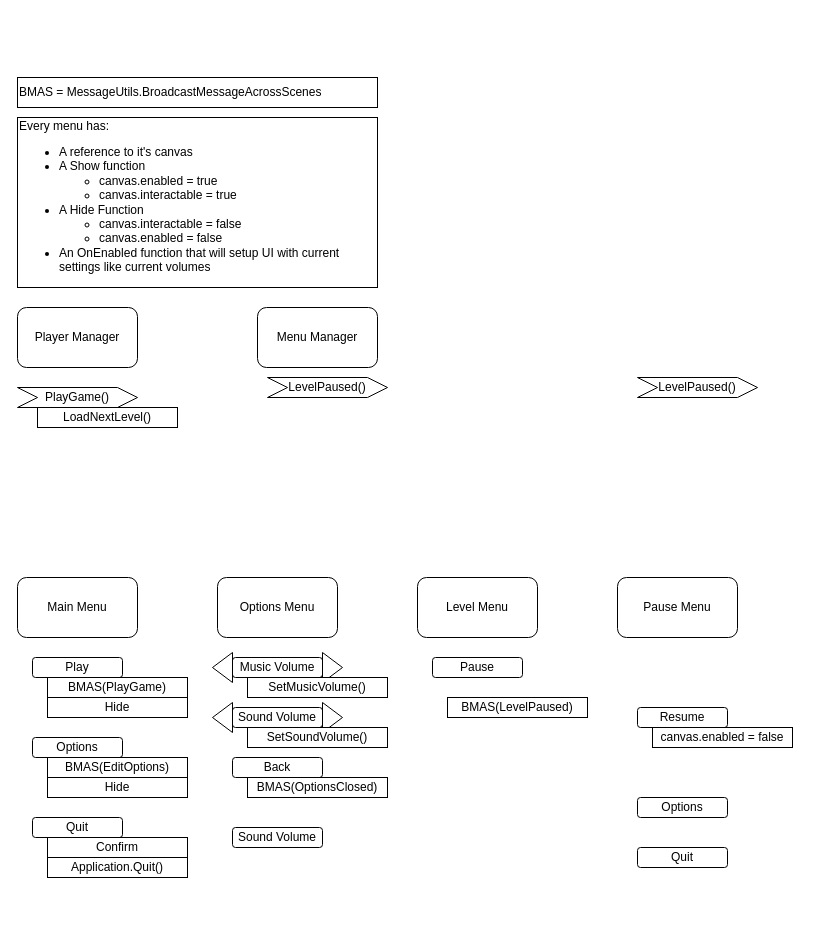
Before: Menus.drawio in froggycodes5000/designs, a draw.io diagram. Source tidied: cells renumbered, new cells numbered last; positions are measured from the earlier drawing's top-left corner, leaving out a move shared by most shapes. Both pictures are drawn from the tidied source at 100%, with x=0, y=0 at pixel (17, 77).
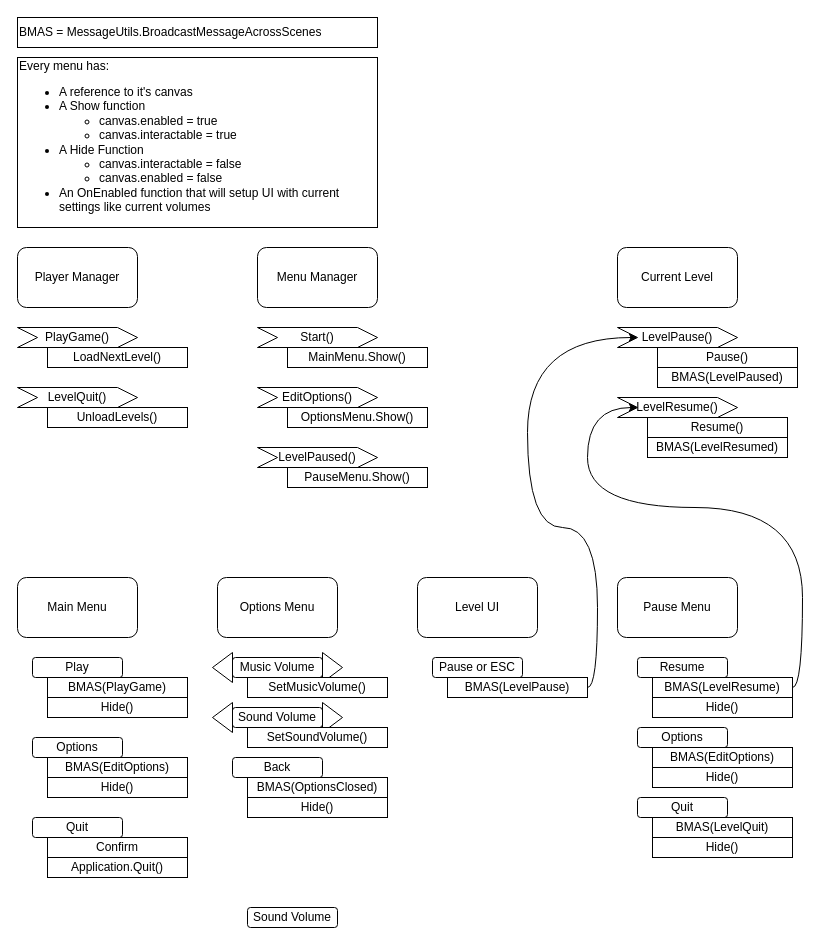
The same page after the edit.

The edit, as a diff of the source:
```diff
@@
     <mxCell id="2" value="Player Manager" style="rounded=1;whiteSpace=wrap;html=1;" parent="1" vertex="1">
-      <mxGeometry y="230" width="120" height="60" as="geometry" />
+      <mxGeometry y="170" width="120" height="60" as="geometry" />
     </mxCell>
@@
-    <mxCell id="6" value="Level Menu" style="rounded=1;whiteSpace=wrap;html=1;" parent="1" vertex="1">
+    <mxCell id="6" value="Level UI" style="rounded=1;whiteSpace=wrap;html=1;" parent="1" vertex="1">
       <mxGeometry x="400" y="500" width="120" height="60" as="geometry" />
     </mxCell>
@@
     <mxCell id="11" value="Sound Volume" style="rounded=1;whiteSpace=wrap;html=1;" parent="1" vertex="1">
-      <mxGeometry x="215" y="750" width="90" height="20" as="geometry" />
+      <mxGeometry x="230" y="830" width="90" height="20" as="geometry" />
     </mxCell>
@@
-    <mxCell id="13" value="Pause" style="rounded=1;whiteSpace=wrap;html=1;" parent="1" vertex="1">
+    <mxCell id="13" value="Pause or ESC" style="rounded=1;whiteSpace=wrap;html=1;" parent="1" vertex="1">
       <mxGeometry x="415" y="580" width="90" height="20" as="geometry" />
     </mxCell>
     <mxCell id="14" value="Resume" style="rounded=1;whiteSpace=wrap;html=1;" parent="1" vertex="1">
-      <mxGeometry x="620" y="630" width="90" height="20" as="geometry" />
+      <mxGeometry x="620" y="580" width="90" height="20" as="geometry" />
     </mxCell>
     <mxCell id="15" value="Options" style="rounded=1;whiteSpace=wrap;html=1;" parent="1" vertex="1">
-      <mxGeometry x="620" y="720" width="90" height="20" as="geometry" />
+      <mxGeometry x="620" y="650" width="90" height="20" as="geometry" />
     </mxCell>
     <mxCell id="16" value="Quit" style="rounded=1;whiteSpace=wrap;html=1;" parent="1" vertex="1">
-      <mxGeometry x="620" y="770" width="90" height="20" as="geometry" />
+      <mxGeometry x="620" y="720" width="90" height="20" as="geometry" />
     </mxCell>
@@
-    <mxCell id="18" value="canvas.enabled = false" style="rounded=0;whiteSpace=wrap;html=1;" parent="1" vertex="1">
-      <mxGeometry x="635" y="650" width="140" height="20" as="geometry" />
-    </mxCell>
-    <mxCell id="19" value="BMAS(LevelPaused)" style="rounded=0;whiteSpace=wrap;html=1;" parent="1" vertex="1">
-      <mxGeometry x="430" y="620" width="140" height="20" as="geometry" />
+    <mxCell id="19" value="BMAS(LevelPause)" style="rounded=0;whiteSpace=wrap;html=1;" parent="1" vertex="1">
+      <mxGeometry x="430" y="600" width="140" height="20" as="geometry" />
     </mxCell>
     <mxCell id="20" value="BMAS = MessageUtils.BroadcastMessageAcrossScenes" style="rounded=0;whiteSpace=wrap;html=1;align=left;" parent="1" vertex="1">
-      <mxGeometry width="360" height="30" as="geometry" />
+      <mxGeometry y="-60" width="360" height="30" as="geometry" />
     </mxCell>
     <mxCell id="21" value="Every menu has:&lt;div&gt;&lt;ul&gt;&lt;li&gt;A reference to it's canvas&lt;/li&gt;&lt;li&gt;A Show function&lt;/li&gt;&lt;ul&gt;&lt;li&gt;canvas.enabled = true&lt;/li&gt;&lt;li&gt;canvas.interactable = true&lt;/li&gt;&lt;/ul&gt;&lt;li&gt;A Hide Function&lt;/li&gt;&lt;ul&gt;&lt;li&gt;canvas.interactable = false&lt;/li&gt;&lt;li&gt;canvas.enabled = false&lt;/li&gt;&lt;/ul&gt;&lt;li&gt;An OnEnabled function that will setup UI with current settings like current volumes&lt;/li&gt;&lt;/ul&gt;&lt;/div&gt;" style="rounded=0;whiteSpace=wrap;html=1;align=left;" parent="1" vertex="1">
-      <mxGeometry y="40" width="360" height="170" as="geometry" />
+      <mxGeometry y="-20" width="360" height="170" as="geometry" />
     </mxCell>
-    <mxCell id="22" value="LevelPaused()" style="shape=step;perimeter=stepPerimeter;whiteSpace=wrap;html=1;fixedSize=1;" parent="1" vertex="1">
-      <mxGeometry x="250" y="300" width="120" height="20" as="geometry" />
+    <mxCell id="22" value="Start()" style="shape=step;perimeter=stepPerimeter;whiteSpace=wrap;html=1;fixedSize=1;" parent="1" vertex="1">
+      <mxGeometry x="240" y="250" width="120" height="20" as="geometry" />
     </mxCell>
     <mxCell id="23" value="Menu Manager" style="rounded=1;whiteSpace=wrap;html=1;" parent="1" vertex="1">
-      <mxGeometry x="240" y="230" width="120" height="60" as="geometry" />
+      <mxGeometry x="240" y="170" width="120" height="60" as="geometry" />
     </mxCell>
-    <mxCell id="24" value="Hide" style="rounded=0;whiteSpace=wrap;html=1;strokeColor=default;align=center;verticalAlign=middle;fontFamily=Helvetica;fontSize=12;fontColor=default;fillColor=default;" parent="1" vertex="1">
+    <mxCell id="24" value="Hide()" style="rounded=0;whiteSpace=wrap;html=1;strokeColor=default;align=center;verticalAlign=middle;fontFamily=Helvetica;fontSize=12;fontColor=default;fillColor=default;" parent="1" vertex="1">
       <mxGeometry x="30" y="620" width="140" height="20" as="geometry" />
     </mxCell>
@@
-    <mxCell id="33" value="LevelPaused()" style="shape=step;perimeter=stepPerimeter;whiteSpace=wrap;html=1;fixedSize=1;" parent="1" vertex="1">
-      <mxGeometry x="620" y="300" width="120" height="20" as="geometry" />
+    <mxCell id="33" value="LevelPause()" style="shape=step;perimeter=stepPerimeter;whiteSpace=wrap;html=1;fixedSize=1;" parent="1" vertex="1">
+      <mxGeometry x="600" y="250" width="120" height="20" as="geometry" />
     </mxCell>
     <mxCell id="34" value="PlayGame()" style="shape=step;perimeter=stepPerimeter;whiteSpace=wrap;html=1;fixedSize=1;" parent="1" vertex="1">
-      <mxGeometry y="310" width="120" height="20" as="geometry" />
+      <mxGeometry y="250" width="120" height="20" as="geometry" />
     </mxCell>
     <mxCell id="35" value="LoadNextLevel()" style="rounded=0;whiteSpace=wrap;html=1;strokeColor=default;align=center;verticalAlign=middle;fontFamily=Helvetica;fontSize=12;fontColor=default;fillColor=default;" parent="1" vertex="1">
-      <mxGeometry x="20" y="330" width="140" height="20" as="geometry" />
+      <mxGeometry x="30" y="270" width="140" height="20" as="geometry" />
     </mxCell>
@@
-    <mxCell id="37" value="Hide" style="rounded=0;whiteSpace=wrap;html=1;strokeColor=default;align=center;verticalAlign=middle;fontFamily=Helvetica;fontSize=12;fontColor=default;fillColor=default;" parent="1" vertex="1">
+    <mxCell id="37" value="Hide()" style="rounded=0;whiteSpace=wrap;html=1;strokeColor=default;align=center;verticalAlign=middle;fontFamily=Helvetica;fontSize=12;fontColor=default;fillColor=default;" parent="1" vertex="1">
       <mxGeometry x="30" y="700" width="140" height="20" as="geometry" />
     </mxCell>
@@
+    <mxCell id="40" value="MainMenu.Show()" style="rounded=0;whiteSpace=wrap;html=1;strokeColor=default;align=center;verticalAlign=middle;fontFamily=Helvetica;fontSize=12;fontColor=default;fillColor=default;" parent="1" vertex="1">
+      <mxGeometry x="270" y="270" width="140" height="20" as="geometry" />
+    </mxCell>
+    <mxCell id="41" value="LevelPaused()" style="shape=step;perimeter=stepPerimeter;whiteSpace=wrap;html=1;fixedSize=1;" parent="1" vertex="1">
+      <mxGeometry x="240" y="370" width="120" height="20" as="geometry" />
+    </mxCell>
+    <mxCell id="42" value="PauseMenu.Show()" style="rounded=0;whiteSpace=wrap;html=1;strokeColor=default;align=center;verticalAlign=middle;fontFamily=Helvetica;fontSize=12;fontColor=default;fillColor=default;" parent="1" vertex="1">
+      <mxGeometry x="270" y="390" width="140" height="20" as="geometry" />
+    </mxCell>
+    <mxCell id="43" value="EditOptions()" style="shape=step;perimeter=stepPerimeter;whiteSpace=wrap;html=1;fixedSize=1;" parent="1" vertex="1">
+      <mxGeometry x="240" y="310" width="120" height="20" as="geometry" />
+    </mxCell>
+    <mxCell id="44" value="OptionsMenu.Show()" style="rounded=0;whiteSpace=wrap;html=1;strokeColor=default;align=center;verticalAlign=middle;fontFamily=Helvetica;fontSize=12;fontColor=default;fillColor=default;" parent="1" vertex="1">
+      <mxGeometry x="270" y="330" width="140" height="20" as="geometry" />
+    </mxCell>
+    <mxCell id="45" value="BMAS(LevelQuit)" style="rounded=0;whiteSpace=wrap;html=1;" parent="1" vertex="1">
+      <mxGeometry x="635" y="740" width="140" height="20" as="geometry" />
+    </mxCell>
+    <mxCell id="46" value="LevelQuit()" style="shape=step;perimeter=stepPerimeter;whiteSpace=wrap;html=1;fixedSize=1;" parent="1" vertex="1">
+      <mxGeometry y="310" width="120" height="20" as="geometry" />
+    </mxCell>
+    <mxCell id="47" value="UnloadLevels()" style="rounded=0;whiteSpace=wrap;html=1;strokeColor=default;align=center;verticalAlign=middle;fontFamily=Helvetica;fontSize=12;fontColor=default;fillColor=default;" parent="1" vertex="1">
+      <mxGeometry x="30" y="330" width="140" height="20" as="geometry" />
+    </mxCell>
+    <mxCell id="48" value="Hide()" style="rounded=0;whiteSpace=wrap;html=1;strokeColor=default;align=center;verticalAlign=middle;fontFamily=Helvetica;fontSize=12;fontColor=default;fillColor=default;" parent="1" vertex="1">
+      <mxGeometry x="230" y="720" width="140" height="20" as="geometry" />
+    </mxCell>
+    <mxCell id="49" value="Hide()" style="rounded=0;whiteSpace=wrap;html=1;strokeColor=default;align=center;verticalAlign=middle;fontFamily=Helvetica;fontSize=12;fontColor=default;fillColor=default;" parent="1" vertex="1">
+      <mxGeometry x="635" y="760" width="140" height="20" as="geometry" />
+    </mxCell>
+    <mxCell id="50" value="BMAS(EditOptions)" style="rounded=0;whiteSpace=wrap;html=1;strokeColor=default;align=center;verticalAlign=middle;fontFamily=Helvetica;fontSize=12;fontColor=default;fillColor=default;" parent="1" vertex="1">
+      <mxGeometry x="635" y="670" width="140" height="20" as="geometry" />
+    </mxCell>
+    <mxCell id="51" value="Hide()" style="rounded=0;whiteSpace=wrap;html=1;strokeColor=default;align=center;verticalAlign=middle;fontFamily=Helvetica;fontSize=12;fontColor=default;fillColor=default;" parent="1" vertex="1">
+      <mxGeometry x="635" y="690" width="140" height="20" as="geometry" />
+    </mxCell>
+    <mxCell id="52" value="Hide()" style="rounded=0;whiteSpace=wrap;html=1;strokeColor=default;align=center;verticalAlign=middle;fontFamily=Helvetica;fontSize=12;fontColor=default;fillColor=default;" parent="1" vertex="1">
+      <mxGeometry x="635" y="620" width="140" height="20" as="geometry" />
+    </mxCell>
+    <mxCell id="53" value="BMAS(LevelResume)" style="rounded=0;whiteSpace=wrap;html=1;" parent="1" vertex="1">
+      <mxGeometry x="635" y="600" width="140" height="20" as="geometry" />
+    </mxCell>
+    <mxCell id="54" value="Current Level" style="rounded=1;whiteSpace=wrap;html=1;" parent="1" vertex="1">
+      <mxGeometry x="600" y="170" width="120" height="60" as="geometry" />
+    </mxCell>
+    <mxCell id="55" value="BMAS(LevelPaused)" style="rounded=0;whiteSpace=wrap;html=1;" parent="1" vertex="1">
+      <mxGeometry x="640" y="290" width="140" height="20" as="geometry" />
+    </mxCell>
+    <mxCell id="56" value="Pause()" style="rounded=0;whiteSpace=wrap;html=1;" parent="1" vertex="1">
+      <mxGeometry x="640" y="270" width="140" height="20" as="geometry" />
+    </mxCell>
+    <mxCell id="57" value="LevelResume()" style="shape=step;perimeter=stepPerimeter;whiteSpace=wrap;html=1;fixedSize=1;" parent="1" vertex="1">
+      <mxGeometry x="600" y="320" width="120" height="20" as="geometry" />
+    </mxCell>
+    <mxCell id="58" value="Resume()" style="rounded=0;whiteSpace=wrap;html=1;" parent="1" vertex="1">
+      <mxGeometry x="630" y="340" width="140" height="20" as="geometry" />
+    </mxCell>
+    <mxCell id="59" value="BMAS(LevelResumed)" style="rounded=0;whiteSpace=wrap;html=1;" parent="1" vertex="1">
+      <mxGeometry x="630" y="360" width="140" height="20" as="geometry" />
+    </mxCell>
+    <mxCell id="60" style="endArrow=classic;html=1;rounded=0;entryX=0;entryY=0.5;entryDx=0;entryDy=0;edgeStyle=orthogonalEdgeStyle;curved=1;exitX=1;exitY=0.5;exitDx=0;exitDy=0;" parent="1" edge="1" source="19" target="33">
+      <mxGeometry relative="1" as="geometry">
+        <Array as="points">
+          <mxPoint x="580" y="610" />
+          <mxPoint x="580" y="450" />
+          <mxPoint x="510" y="450" />
+          <mxPoint x="510" y="260" />
+        </Array>
+      </mxGeometry>
+    </mxCell>
+    <mxCell id="61" style="endArrow=classic;html=1;rounded=0;exitX=1;exitY=0.5;exitDx=0;exitDy=0;entryX=0;entryY=0.5;entryDx=0;entryDy=0;edgeStyle=orthogonalEdgeStyle;curved=1;" parent="1" edge="1" source="53" target="57">
+      <mxGeometry relative="1" as="geometry">
+        <Array as="points">
+          <mxPoint x="785" y="610" />
+          <mxPoint x="785" y="430" />
+          <mxPoint x="570" y="430" />
+          <mxPoint x="570" y="330" />
+        </Array>
+      </mxGeometry>
+    </mxCell>
```
